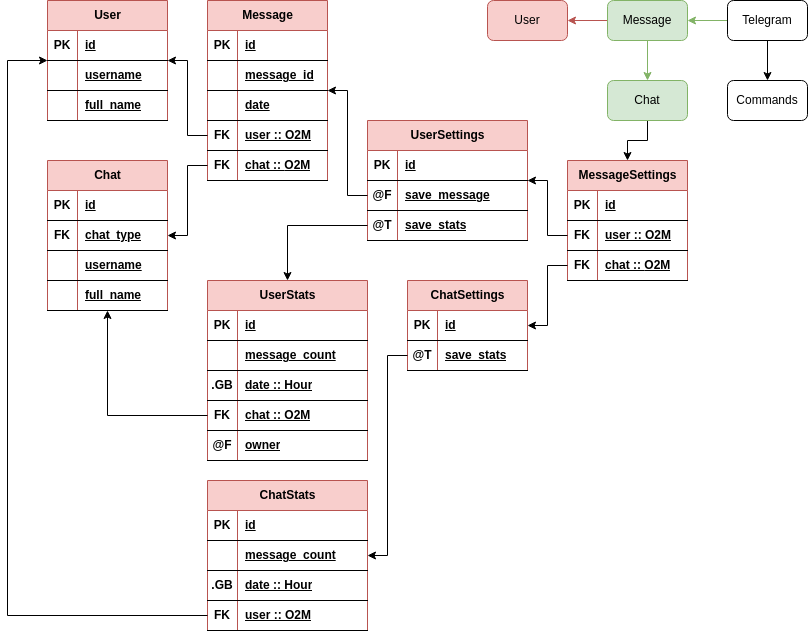
Before: static/readme/TgBot.png, a diagram exported from draw.io (sh1chan/SmallToolBox). Source tidied: cells renumbered, new cells last; positions are measured from the earlier drawing's top-left corner, leaving out a move shared by most shapes.
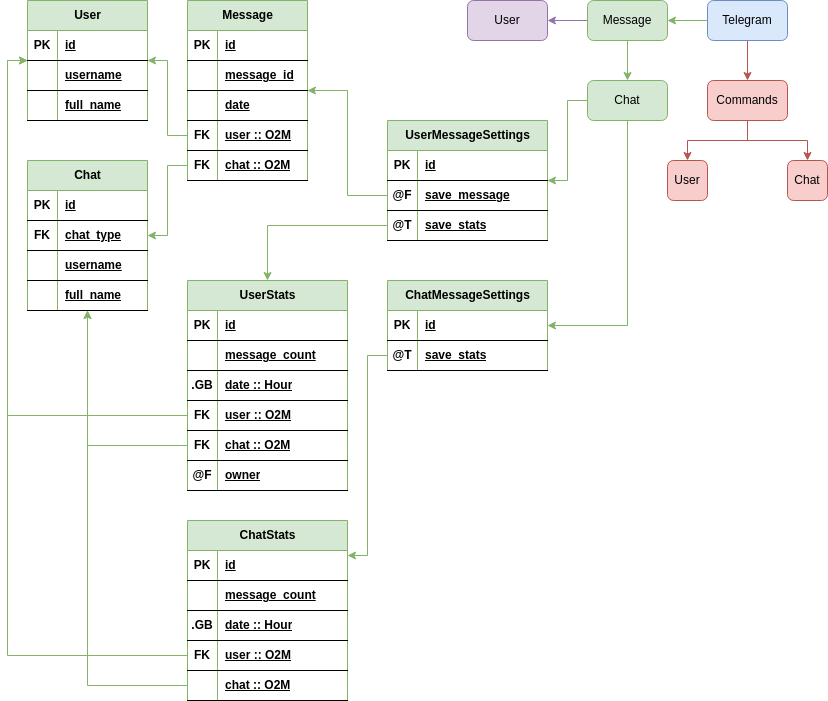
The same file after the commit.

Change to the diagram source:
```diff
@@ -2,7 +2,7 @@
   <root>
     <mxCell id="0" />
     <mxCell id="1" parent="0" />
-    <mxCell id="2" value="Message" style="shape=table;startSize=30;rowLines=0;fontStyle=1;align=center;html=1;fillColor=#f8cecc;strokeColor=#b85450;" parent="1" vertex="1">
+    <mxCell id="2" value="Message" style="shape=table;startSize=30;rowLines=0;fontStyle=1;align=center;html=1;fillColor=#d5e8d4;strokeColor=#82b366;" parent="1" vertex="1">
       <mxGeometry x="200" width="120" height="180" as="geometry" />
     </mxCell>
     <mxCell id="3" style="shape=tableRow;horizontal=0;startSize=0;swimlaneHead=0;swimlaneBody=0;fillColor=none;top=0;left=0;right=0;bottom=1;" parent="2" vertex="1">
@@ -50,7 +50,7 @@
     <mxCell id="17" value="chat ::&amp;nbsp;&lt;span style=&quot;text-align: center; text-wrap: nowrap;&quot;&gt;O2M&lt;/span&gt;" style="shape=partialRectangle;fillColor=none;top=0;left=0;bottom=0;right=0;align=left;spacingLeft=6;fontStyle=5;overflow=hidden;whiteSpace=wrap;html=1;" parent="15" vertex="1">
       <mxGeometry x="30" width="90" height="30" as="geometry" />
     </mxCell>
-    <mxCell id="18" value="User" style="shape=table;startSize=30;rowLines=0;fontStyle=1;align=center;html=1;fillColor=#f8cecc;strokeColor=#b85450;" parent="1" vertex="1">
+    <mxCell id="18" value="User" style="shape=table;startSize=30;rowLines=0;fontStyle=1;align=center;html=1;fillColor=#d5e8d4;strokeColor=#82b366;" parent="1" vertex="1">
       <mxGeometry x="40" width="120" height="120" as="geometry" />
     </mxCell>
     <mxCell id="19" style="shape=tableRow;horizontal=0;startSize=0;swimlaneHead=0;swimlaneBody=0;fillColor=none;top=0;left=0;right=0;bottom=1;" parent="18" vertex="1">
@@ -80,7 +80,7 @@
     <mxCell id="27" value="full_name" style="shape=partialRectangle;fillColor=none;top=0;left=0;bottom=0;right=0;align=left;spacingLeft=6;fontStyle=5;overflow=hidden;whiteSpace=wrap;html=1;" parent="25" vertex="1">
       <mxGeometry x="30" width="90" height="30" as="geometry" />
     </mxCell>
-    <mxCell id="28" value="Chat" style="shape=table;startSize=30;rowLines=0;fontStyle=1;align=center;html=1;fillColor=#f8cecc;strokeColor=#b85450;" parent="1" vertex="1">
+    <mxCell id="28" value="Chat" style="shape=table;startSize=30;rowLines=0;fontStyle=1;align=center;html=1;fillColor=#d5e8d4;strokeColor=#82b366;" parent="1" vertex="1">
       <mxGeometry x="40" y="160" width="120" height="150" as="geometry" />
     </mxCell>
     <mxCell id="29" style="shape=tableRow;horizontal=0;startSize=0;swimlaneHead=0;swimlaneBody=0;fillColor=none;top=0;left=0;right=0;bottom=1;" parent="28" vertex="1">
@@ -137,38 +137,8 @@
         </Array>
       </mxGeometry>
     </mxCell>
-    <mxCell id="43" value="MessageSettings" style="shape=table;startSize=30;rowLines=0;fontStyle=1;align=center;html=1;fillColor=#f8cecc;strokeColor=#b85450;" parent="1" vertex="1">
-      <mxGeometry x="560" y="160" width="120" height="120" as="geometry" />
-    </mxCell>
-    <mxCell id="44" style="shape=tableRow;horizontal=0;startSize=0;swimlaneHead=0;swimlaneBody=0;fillColor=none;top=0;left=0;right=0;bottom=1;" parent="43" vertex="1">
-      <mxGeometry y="30" width="120" height="30" as="geometry" />
-    </mxCell>
-    <mxCell id="45" value="PK" style="shape=partialRectangle;fillColor=none;top=0;left=0;bottom=0;right=0;fontStyle=1;overflow=hidden;whiteSpace=wrap;html=1;" parent="44" vertex="1">
-      <mxGeometry width="30" height="30" as="geometry" />
-    </mxCell>
-    <mxCell id="46" value="id" style="shape=partialRectangle;fillColor=none;top=0;left=0;bottom=0;right=0;align=left;spacingLeft=6;fontStyle=5;overflow=hidden;whiteSpace=wrap;html=1;" parent="44" vertex="1">
-      <mxGeometry x="30" width="90" height="30" as="geometry" />
-    </mxCell>
-    <mxCell id="47" style="shape=tableRow;horizontal=0;startSize=0;swimlaneHead=0;swimlaneBody=0;fillColor=none;points=[[0,0.5],[1,0.5]];portConstraint=eastwest;top=0;left=0;right=0;bottom=1;" parent="43" vertex="1">
-      <mxGeometry y="60" width="120" height="30" as="geometry" />
-    </mxCell>
-    <mxCell id="48" value="FK" style="shape=partialRectangle;fillColor=none;top=0;left=0;bottom=0;right=0;fontStyle=1;overflow=hidden;whiteSpace=wrap;html=1;" parent="47" vertex="1">
-      <mxGeometry width="30" height="30" as="geometry" />
-    </mxCell>
-    <mxCell id="49" value="user :: O2M" style="shape=partialRectangle;fillColor=none;top=0;left=0;bottom=0;right=0;align=left;spacingLeft=6;fontStyle=5;overflow=hidden;whiteSpace=wrap;html=1;" parent="47" vertex="1">
-      <mxGeometry x="30" width="90" height="30" as="geometry" />
-    </mxCell>
-    <mxCell id="50" style="shape=tableRow;horizontal=0;startSize=0;swimlaneHead=0;swimlaneBody=0;fillColor=none;points=[[0,0.5],[1,0.5]];portConstraint=eastwest;top=0;left=0;right=0;bottom=1;" parent="43" vertex="1">
-      <mxGeometry y="90" width="120" height="30" as="geometry" />
-    </mxCell>
-    <mxCell id="51" value="FK" style="shape=partialRectangle;fillColor=none;top=0;left=0;bottom=0;right=0;fontStyle=1;overflow=hidden;whiteSpace=wrap;html=1;" parent="50" vertex="1">
-      <mxGeometry width="30" height="30" as="geometry" />
-    </mxCell>
-    <mxCell id="52" value="chat ::&amp;nbsp;&lt;span style=&quot;text-align: center; text-wrap: nowrap;&quot;&gt;O2M&lt;/span&gt;" style="shape=partialRectangle;fillColor=none;top=0;left=0;bottom=0;right=0;align=left;spacingLeft=6;fontStyle=5;overflow=hidden;whiteSpace=wrap;html=1;" parent="50" vertex="1">
-      <mxGeometry x="30" width="90" height="30" as="geometry" />
-    </mxCell>
-    <mxCell id="53" value="UserSettings" style="shape=table;startSize=30;rowLines=0;fontStyle=1;align=center;html=1;fillColor=#f8cecc;strokeColor=#b85450;" parent="1" vertex="1">
-      <mxGeometry x="360" y="120" width="160" height="120" as="geometry" />
+    <mxCell id="53" value="UserMessageSettings" style="shape=table;startSize=30;rowLines=0;fontStyle=1;align=center;html=1;fillColor=#d5e8d4;strokeColor=#82b366;" parent="1" vertex="1">
+      <mxGeometry x="400" y="120" width="160" height="120" as="geometry" />
     </mxCell>
     <mxCell id="54" style="shape=tableRow;horizontal=0;startSize=0;swimlaneHead=0;swimlaneBody=0;fillColor=none;top=0;left=0;right=0;bottom=1;" parent="53" vertex="1">
       <mxGeometry y="30" width="160" height="30" as="geometry" />
@@ -197,8 +167,8 @@
     <mxCell id="62" value="save_stats" style="shape=partialRectangle;fillColor=none;top=0;left=0;bottom=0;right=0;align=left;spacingLeft=6;fontStyle=5;overflow=hidden;whiteSpace=wrap;html=1;" parent="60" vertex="1">
       <mxGeometry x="30" width="130" height="30" as="geometry" />
     </mxCell>
-    <mxCell id="63" value="UserStats" style="shape=table;startSize=30;rowLines=0;fontStyle=1;align=center;html=1;fillColor=#f8cecc;strokeColor=#b85450;" parent="1" vertex="1">
-      <mxGeometry x="200" y="280" width="160" height="180" as="geometry" />
+    <mxCell id="63" value="UserStats" style="shape=table;startSize=30;rowLines=0;fontStyle=1;align=center;html=1;fillColor=#d5e8d4;strokeColor=#82b366;" parent="1" vertex="1">
+      <mxGeometry x="200" y="280" width="160" height="210" as="geometry" />
     </mxCell>
     <mxCell id="64" style="shape=tableRow;horizontal=0;startSize=0;swimlaneHead=0;swimlaneBody=0;fillColor=none;top=0;left=0;right=0;bottom=1;" parent="63" vertex="1">
       <mxGeometry y="30" width="160" height="30" as="geometry" />
@@ -227,8 +197,17 @@
     <mxCell id="72" value="date :: Hour" style="shape=partialRectangle;fillColor=none;top=0;left=0;bottom=0;right=0;align=left;spacingLeft=6;fontStyle=5;overflow=hidden;whiteSpace=wrap;html=1;" parent="70" vertex="1">
       <mxGeometry x="30" width="130" height="30" as="geometry" />
     </mxCell>
+    <mxCell id="118" style="shape=tableRow;horizontal=0;startSize=0;swimlaneHead=0;swimlaneBody=0;fillColor=none;points=[[0,0.5],[1,0.5]];portConstraint=eastwest;top=0;left=0;right=0;bottom=1;" parent="63" vertex="1">
+      <mxGeometry y="120" width="160" height="30" as="geometry" />
+    </mxCell>
+    <mxCell id="119" value="FK" style="shape=partialRectangle;fillColor=none;top=0;left=0;bottom=0;right=0;fontStyle=1;overflow=hidden;whiteSpace=wrap;html=1;" parent="118" vertex="1">
+      <mxGeometry width="30" height="30" as="geometry" />
+    </mxCell>
+    <mxCell id="49" value="user :: O2M" style="shape=partialRectangle;fillColor=none;top=0;left=0;bottom=0;right=0;align=left;spacingLeft=6;fontStyle=5;overflow=hidden;whiteSpace=wrap;html=1;" parent="118" vertex="1">
+      <mxGeometry x="30" width="130" height="30" as="geometry" />
+    </mxCell>
     <mxCell id="73" style="shape=tableRow;horizontal=0;startSize=0;swimlaneHead=0;swimlaneBody=0;fillColor=none;points=[[0,0.5],[1,0.5]];portConstraint=eastwest;top=0;left=0;right=0;bottom=1;" parent="63" vertex="1">
-      <mxGeometry y="120" width="160" height="30" as="geometry" />
+      <mxGeometry y="150" width="160" height="30" as="geometry" />
     </mxCell>
     <mxCell id="74" value="FK" style="shape=partialRectangle;fillColor=none;top=0;left=0;bottom=0;right=0;fontStyle=1;overflow=hidden;whiteSpace=wrap;html=1;" parent="73" vertex="1">
       <mxGeometry width="30" height="30" as="geometry" />
@@ -237,7 +216,7 @@
       <mxGeometry x="30" width="130" height="30" as="geometry" />
     </mxCell>
     <mxCell id="76" style="shape=tableRow;horizontal=0;startSize=0;swimlaneHead=0;swimlaneBody=0;fillColor=none;top=0;left=0;right=0;bottom=1;" parent="63" vertex="1">
-      <mxGeometry y="150" width="160" height="30" as="geometry" />
+      <mxGeometry y="180" width="160" height="30" as="geometry" />
     </mxCell>
     <mxCell id="77" value="@F" style="shape=partialRectangle;fillColor=none;top=0;left=0;bottom=0;right=0;fontStyle=1;overflow=hidden;whiteSpace=wrap;html=1;" parent="76" vertex="1">
       <mxGeometry width="30" height="30" as="geometry" />
@@ -245,41 +224,41 @@
     <mxCell id="78" value="owner" style="shape=partialRectangle;fillColor=none;top=0;left=0;bottom=0;right=0;align=left;spacingLeft=6;fontStyle=5;overflow=hidden;whiteSpace=wrap;html=1;" parent="76" vertex="1">
       <mxGeometry x="30" width="130" height="30" as="geometry" />
     </mxCell>
-    <mxCell id="79" value="ChatSettings" style="shape=table;startSize=30;rowLines=0;fontStyle=1;align=center;html=1;fillColor=#f8cecc;strokeColor=#b85450;" parent="1" vertex="1">
-      <mxGeometry x="400" y="280" width="120" height="90" as="geometry" />
+    <mxCell id="79" value="ChatMessageSettings" style="shape=table;startSize=30;rowLines=0;fontStyle=1;align=center;html=1;fillColor=#d5e8d4;strokeColor=#82b366;" parent="1" vertex="1">
+      <mxGeometry x="400" y="280" width="160" height="90" as="geometry" />
     </mxCell>
     <mxCell id="80" style="shape=tableRow;horizontal=0;startSize=0;swimlaneHead=0;swimlaneBody=0;fillColor=none;top=0;left=0;right=0;bottom=1;" parent="79" vertex="1">
-      <mxGeometry y="30" width="120" height="30" as="geometry" />
+      <mxGeometry y="30" width="160" height="30" as="geometry" />
     </mxCell>
     <mxCell id="81" value="PK" style="shape=partialRectangle;fillColor=none;top=0;left=0;bottom=0;right=0;fontStyle=1;overflow=hidden;whiteSpace=wrap;html=1;" parent="80" vertex="1">
       <mxGeometry width="30" height="30" as="geometry" />
     </mxCell>
     <mxCell id="82" value="id" style="shape=partialRectangle;fillColor=none;top=0;left=0;bottom=0;right=0;align=left;spacingLeft=6;fontStyle=5;overflow=hidden;whiteSpace=wrap;html=1;" parent="80" vertex="1">
-      <mxGeometry x="30" width="90" height="30" as="geometry" />
+      <mxGeometry x="30" width="130" height="30" as="geometry" />
     </mxCell>
     <mxCell id="83" style="shape=tableRow;horizontal=0;startSize=0;swimlaneHead=0;swimlaneBody=0;fillColor=none;points=[[0,0.5],[1,0.5]];portConstraint=eastwest;top=0;left=0;right=0;bottom=1;" parent="79" vertex="1">
-      <mxGeometry y="60" width="120" height="30" as="geometry" />
+      <mxGeometry y="60" width="160" height="30" as="geometry" />
     </mxCell>
     <mxCell id="84" value="@T" style="shape=partialRectangle;fillColor=none;top=0;left=0;bottom=0;right=0;fontStyle=1;overflow=hidden;whiteSpace=wrap;html=1;" parent="83" vertex="1">
       <mxGeometry width="30" height="30" as="geometry" />
     </mxCell>
     <mxCell id="85" value="save_stats" style="shape=partialRectangle;fillColor=none;top=0;left=0;bottom=0;right=0;align=left;spacingLeft=6;fontStyle=5;overflow=hidden;whiteSpace=wrap;html=1;" parent="83" vertex="1">
-      <mxGeometry x="30" width="90" height="30" as="geometry" />
+      <mxGeometry x="30" width="130" height="30" as="geometry" />
     </mxCell>
-    <mxCell id="86" style="edgeStyle=orthogonalEdgeStyle;rounded=0;jettySize=auto;html=1;" parent="1" edge="1" source="57" target="2">
+    <mxCell id="86" style="edgeStyle=orthogonalEdgeStyle;rounded=0;jettySize=auto;html=1;fillColor=#d5e8d4;strokeColor=#82b366;" parent="1" edge="1" source="57" target="2">
       <mxGeometry relative="1" as="geometry" />
     </mxCell>
-    <mxCell id="87" style="edgeStyle=orthogonalEdgeStyle;rounded=0;jettySize=auto;html=1;" parent="1" edge="1" source="60" target="63">
+    <mxCell id="87" style="edgeStyle=orthogonalEdgeStyle;rounded=0;jettySize=auto;html=1;fillColor=#d5e8d4;strokeColor=#82b366;" parent="1" edge="1" source="60" target="63">
       <mxGeometry relative="1" as="geometry" />
     </mxCell>
-    <mxCell id="88" style="edgeStyle=orthogonalEdgeStyle;rounded=0;jettySize=auto;html=1;" parent="1" edge="1" source="12" target="18">
+    <mxCell id="88" style="edgeStyle=orthogonalEdgeStyle;rounded=0;jettySize=auto;html=1;fillColor=#d5e8d4;strokeColor=#82b366;" parent="1" edge="1" source="12" target="18">
       <mxGeometry relative="1" as="geometry" />
     </mxCell>
-    <mxCell id="89" style="edgeStyle=orthogonalEdgeStyle;rounded=0;jettySize=auto;html=1;" parent="1" edge="1" source="15" target="28">
+    <mxCell id="89" style="edgeStyle=orthogonalEdgeStyle;rounded=0;jettySize=auto;html=1;fillColor=#d5e8d4;strokeColor=#82b366;" parent="1" edge="1" source="15" target="28">
       <mxGeometry relative="1" as="geometry" />
     </mxCell>
-    <mxCell id="90" value="ChatStats" style="shape=table;startSize=30;rowLines=0;fontStyle=1;align=center;html=1;fillColor=#f8cecc;strokeColor=#b85450;" parent="1" vertex="1">
-      <mxGeometry x="200" y="480" width="160" height="150" as="geometry" />
+    <mxCell id="90" value="ChatStats" style="shape=table;startSize=30;rowLines=0;fontStyle=1;align=center;html=1;fillColor=#d5e8d4;strokeColor=#82b366;" parent="1" vertex="1">
+      <mxGeometry x="200" y="520" width="160" height="180" as="geometry" />
     </mxCell>
     <mxCell id="91" style="shape=tableRow;horizontal=0;startSize=0;swimlaneHead=0;swimlaneBody=0;fillColor=none;top=0;left=0;right=0;bottom=1;" parent="90" vertex="1">
       <mxGeometry y="30" width="160" height="30" as="geometry" />
@@ -317,54 +296,62 @@
     <mxCell id="102" value="user :: O2M" style="shape=partialRectangle;fillColor=none;top=0;left=0;bottom=0;right=0;align=left;spacingLeft=6;fontStyle=5;overflow=hidden;whiteSpace=wrap;html=1;" parent="100" vertex="1">
       <mxGeometry x="30" width="130" height="30" as="geometry" />
     </mxCell>
+    <mxCell id="120" style="shape=tableRow;horizontal=0;startSize=0;swimlaneHead=0;swimlaneBody=0;fillColor=none;points=[[0,0.5],[1,0.5]];portConstraint=eastwest;top=0;left=0;right=0;bottom=1;" parent="90" vertex="1">
+      <mxGeometry y="150" width="160" height="30" as="geometry" />
+    </mxCell>
+    <mxCell id="121" style="shape=partialRectangle;fillColor=none;top=0;left=0;bottom=0;right=0;fontStyle=1;overflow=hidden;whiteSpace=wrap;html=1;" parent="120" vertex="1">
+      <mxGeometry width="30" height="30" as="geometry" />
+    </mxCell>
+    <mxCell id="52" value="chat :: O2M" style="shape=partialRectangle;fillColor=none;top=0;left=0;bottom=0;right=0;align=left;spacingLeft=6;fontStyle=5;overflow=hidden;whiteSpace=wrap;html=1;" parent="120" vertex="1">
+      <mxGeometry x="30" width="130" height="30" as="geometry" />
+    </mxCell>
-    <mxCell id="103" style="edgeStyle=orthogonalEdgeStyle;rounded=0;jettySize=auto;html=1;" parent="1" edge="1" source="73" target="28">
+    <mxCell id="103" style="edgeStyle=orthogonalEdgeStyle;rounded=0;jettySize=auto;html=1;fillColor=#d5e8d4;strokeColor=#82b366;" parent="1" edge="1" source="73" target="28">
       <mxGeometry relative="1" as="geometry" />
     </mxCell>
-    <mxCell id="104" style="edgeStyle=orthogonalEdgeStyle;rounded=0;jettySize=auto;html=1;" parent="1" edge="1" source="47" target="53">
-      <mxGeometry relative="1" as="geometry" />
-    </mxCell>
-    <mxCell id="105" style="edgeStyle=orthogonalEdgeStyle;rounded=0;jettySize=auto;html=1;" parent="1" edge="1" source="50" target="79">
-      <mxGeometry relative="1" as="geometry" />
-    </mxCell>
-    <mxCell id="106" style="edgeStyle=orthogonalEdgeStyle;rounded=0;jettySize=auto;html=1;" parent="1" edge="1" source="100" target="18">
-      <mxGeometry relative="1" as="geometry">
-        <Array as="points">
-          <mxPoint y="615" />
-          <mxPoint y="60" />
-        </Array>
-      </mxGeometry>
-    </mxCell>
     <mxCell id="107" style="edgeStyle=orthogonalEdgeStyle;rounded=0;jettySize=auto;html=1;fillColor=#d5e8d4;strokeColor=#82b366;" parent="1" edge="1" source="109" target="112">
       <mxGeometry relative="1" as="geometry" />
     </mxCell>
-    <mxCell id="108" style="edgeStyle=orthogonalEdgeStyle;rounded=0;jettySize=auto;html=1;" parent="1" edge="1" source="109" target="113">
+    <mxCell id="108" style="edgeStyle=orthogonalEdgeStyle;rounded=0;jettySize=auto;html=1;fillColor=#f8cecc;strokeColor=#b85450;" parent="1" edge="1" source="109" target="113">
       <mxGeometry relative="1" as="geometry" />
     </mxCell>
-    <mxCell id="109" value="Telegram" style="rounded=1;whiteSpace=wrap;html=1;" parent="1" vertex="1">
+    <mxCell id="109" value="Telegram" style="rounded=1;whiteSpace=wrap;html=1;fillColor=#dae8fc;strokeColor=#6c8ebf;" parent="1" vertex="1">
       <mxGeometry x="720" width="80" height="40" as="geometry" />
     </mxCell>
     <mxCell id="110" style="edgeStyle=orthogonalEdgeStyle;rounded=0;jettySize=auto;html=1;fillColor=#d5e8d4;strokeColor=#82b366;" parent="1" edge="1" source="112" target="115">
       <mxGeometry relative="1" as="geometry" />
     </mxCell>
-    <mxCell id="111" style="edgeStyle=orthogonalEdgeStyle;rounded=0;jettySize=auto;html=1;fillColor=#f8cecc;strokeColor=#b85450;" parent="1" edge="1" source="112" target="116">
+    <mxCell id="111" style="edgeStyle=orthogonalEdgeStyle;rounded=0;jettySize=auto;html=1;fillColor=#e1d5e7;strokeColor=#9673a6;" parent="1" edge="1" source="112" target="116">
       <mxGeometry relative="1" as="geometry" />
     </mxCell>
     <mxCell id="112" value="Message" style="whiteSpace=wrap;html=1;rounded=1;fillColor=#d5e8d4;strokeColor=#82b366;" parent="1" vertex="1">
       <mxGeometry x="600" width="80" height="40" as="geometry" />
     </mxCell>
+    <mxCell id="122" style="edgeStyle=orthogonalEdgeStyle;rounded=0;jettySize=auto;html=1;fillColor=#f8cecc;strokeColor=#b85450;" parent="1" edge="1" source="113" target="128">
+      <mxGeometry relative="1" as="geometry" />
+    </mxCell>
+    <mxCell id="123" style="edgeStyle=orthogonalEdgeStyle;rounded=0;jettySize=auto;html=1;fillColor=#f8cecc;strokeColor=#b85450;" parent="1" edge="1" source="113" target="129">
+      <mxGeometry relative="1" as="geometry" />
+    </mxCell>
-    <mxCell id="113" value="Commands" style="whiteSpace=wrap;html=1;rounded=1;" parent="1" vertex="1">
+    <mxCell id="113" value="Commands" style="whiteSpace=wrap;html=1;rounded=1;fillColor=#f8cecc;strokeColor=#b85450;" parent="1" vertex="1">
       <mxGeometry x="720" y="80" width="80" height="40" as="geometry" />
     </mxCell>
-    <mxCell id="114" style="edgeStyle=orthogonalEdgeStyle;rounded=0;jettySize=auto;html=1;" parent="1" edge="1" source="115" target="43">
-      <mxGeometry relative="1" as="geometry" />
-    </mxCell>
+    <mxCell id="124" style="edgeStyle=orthogonalEdgeStyle;rounded=0;jettySize=auto;html=1;fillColor=#d5e8d4;strokeColor=#82b366;" parent="1" edge="1" source="115" target="53">
+      <mxGeometry relative="1" as="geometry" />
+    </mxCell>
+    <mxCell id="125" style="edgeStyle=orthogonalEdgeStyle;rounded=0;jettySize=auto;html=1;fillColor=#d5e8d4;strokeColor=#82b366;" parent="1" edge="1" source="115" target="79">
+      <mxGeometry relative="1" as="geometry">
+        <Array as="points">
+          <mxPoint x="640" y="325" />
+        </Array>
+      </mxGeometry>
+    </mxCell>
     <mxCell id="115" value="Chat" style="whiteSpace=wrap;html=1;rounded=1;fillColor=#d5e8d4;strokeColor=#82b366;" parent="1" vertex="1">
       <mxGeometry x="600" y="80" width="80" height="40" as="geometry" />
     </mxCell>
-    <mxCell id="116" value="User" style="whiteSpace=wrap;html=1;rounded=1;fillColor=#f8cecc;strokeColor=#b85450;" parent="1" vertex="1">
+    <mxCell id="116" value="User" style="whiteSpace=wrap;html=1;rounded=1;fillColor=#e1d5e7;strokeColor=#9673a6;" parent="1" vertex="1">
       <mxGeometry x="480" width="80" height="40" as="geometry" />
     </mxCell>
-    <mxCell id="117" style="edgeStyle=orthogonalEdgeStyle;rounded=0;jettySize=auto;html=1;" parent="1" edge="1" source="83" target="90">
+    <mxCell id="117" style="edgeStyle=orthogonalEdgeStyle;rounded=0;jettySize=auto;html=1;fillColor=#d5e8d4;strokeColor=#82b366;" parent="1" edge="1" source="83" target="90">
       <mxGeometry relative="1" as="geometry">
         <Array as="points">
           <mxPoint x="380" y="355" />
@@ -372,5 +359,30 @@
         </Array>
       </mxGeometry>
     </mxCell>
+    <mxCell id="126" style="edgeStyle=orthogonalEdgeStyle;rounded=0;jettySize=auto;html=1;fillColor=#d5e8d4;strokeColor=#82b366;" parent="1" edge="1" source="118" target="18">
+      <mxGeometry relative="1" as="geometry">
+        <Array as="points">
+          <mxPoint x="20" y="415" />
+          <mxPoint x="20" y="60" />
+        </Array>
+      </mxGeometry>
+    </mxCell>
+    <mxCell id="106" style="edgeStyle=orthogonalEdgeStyle;rounded=0;jettySize=auto;html=1;fillColor=#d5e8d4;strokeColor=#82b366;" parent="1" edge="1" source="100" target="18">
+      <mxGeometry relative="1" as="geometry">
+        <Array as="points">
+          <mxPoint x="20" y="655" />
+          <mxPoint x="20" y="60" />
+        </Array>
+      </mxGeometry>
+    </mxCell>
+    <mxCell id="127" style="edgeStyle=orthogonalEdgeStyle;rounded=0;jettySize=auto;html=1;fillColor=#d5e8d4;strokeColor=#82b366;" parent="1" edge="1" source="120" target="28">
+      <mxGeometry relative="1" as="geometry" />
+    </mxCell>
+    <mxCell id="128" value="User" style="whiteSpace=wrap;html=1;rounded=1;fillColor=#f8cecc;strokeColor=#b85450;" parent="1" vertex="1">
+      <mxGeometry x="680" y="160" width="40" height="40" as="geometry" />
+    </mxCell>
+    <mxCell id="129" value="Chat" style="whiteSpace=wrap;html=1;rounded=1;fillColor=#f8cecc;strokeColor=#b85450;" parent="1" vertex="1">
+      <mxGeometry x="800" y="160" width="40" height="40" as="geometry" />
+    </mxCell>
   </root>
 </mxGraphModel>
```
